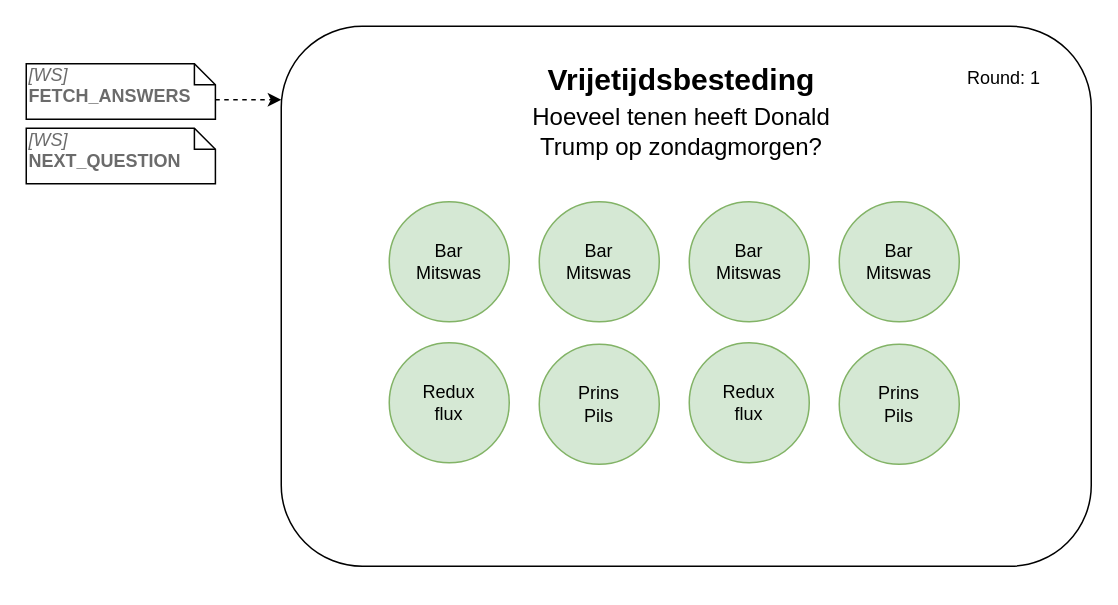
The draw.io diagram page "Ongoing question" (1 of 2) of assets/Score/ScoreboardApp_Annotations.drawio in TBeeren/PubQuiz, before the edit. Source tidied: cells renumbered, new cells numbered last; positions are measured from the earlier drawing's top-left corner, leaving out a move shared by most shapes. Both pictures are drawn from the tidied source at 150%, with x=0, y=0 at pixel (26, 26).
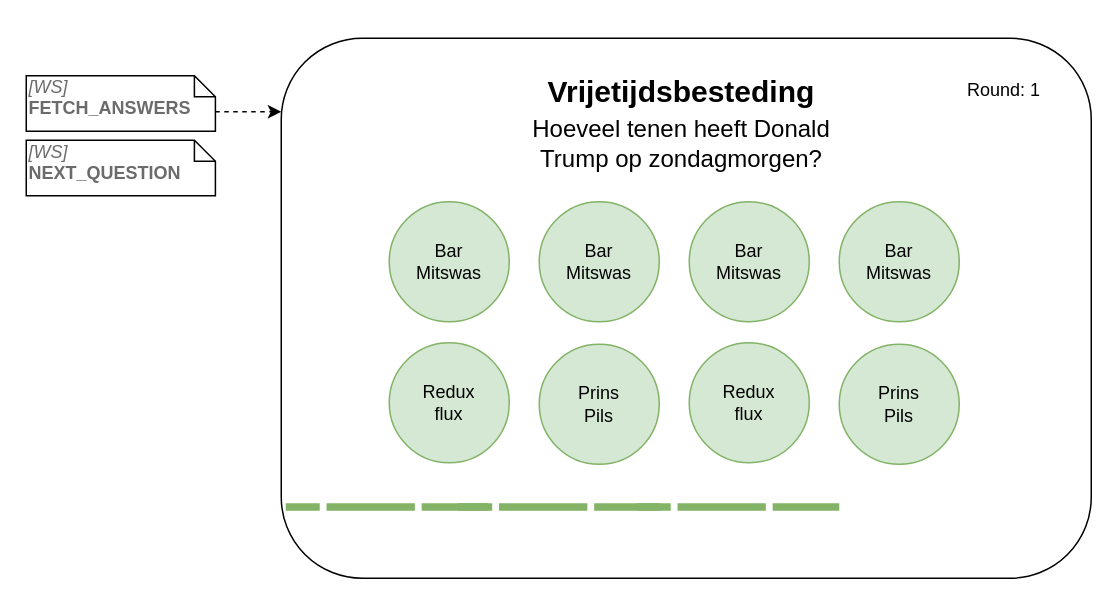
After the change.

Change to the diagram source:
```diff
@@
     <mxCell id="2" style="rounded=1;whiteSpace=wrap;html=1;align=center;" parent="1" vertex="1">
-      <mxGeometry x="170" width="540" height="360" as="geometry" />
+      <mxGeometry x="170" y="8" width="540" height="360" as="geometry" />
     </mxCell>
     <mxCell id="3" value="&lt;font style=&quot;font-size: 16px&quot;&gt;Hoeveel tenen heeft Donald Trump op zondagmorgen?&lt;/font&gt;" style="text;html=1;strokeColor=none;fillColor=none;align=center;verticalAlign=middle;whiteSpace=wrap;rounded=0;" parent="1" vertex="1">
-      <mxGeometry x="327" y="50" width="220" height="40" as="geometry" />
+      <mxGeometry x="327" y="58" width="220" height="40" as="geometry" />
     </mxCell>
     <mxCell id="4" value="Vrijetijdsbesteding" style="text;html=1;strokeColor=none;fillColor=none;align=center;verticalAlign=middle;whiteSpace=wrap;rounded=0;fontSize=20;fontStyle=1;" parent="1" vertex="1">
-      <mxGeometry x="342" y="20" width="190" height="30" as="geometry" />
+      <mxGeometry x="342" y="28" width="190" height="30" as="geometry" />
     </mxCell>
     <mxCell id="5" value="Round: 1" style="text;html=1;strokeColor=none;fillColor=none;align=center;verticalAlign=middle;whiteSpace=wrap;rounded=0;" parent="1" vertex="1">
-      <mxGeometry x="617" y="25" width="70" height="20" as="geometry" />
+      <mxGeometry x="617" y="33" width="70" height="20" as="geometry" />
     </mxCell>
@@
     <mxCell id="28" style="endArrow=classic;html=1;fontColor=#6B6B6B;entryX=0;entryY=0.5;entryDx=0;entryDy=0;dashed=1;" parent="1" edge="1">
       <mxGeometry relative="1" as="geometry">
-        <mxPoint x="78" y="49" as="sourcePoint" />
-        <mxPoint x="170" y="49" as="targetPoint" />
+        <mxPoint x="78" y="57" as="sourcePoint" />
+        <mxPoint x="170" y="57" as="targetPoint" />
       </mxGeometry>
     </mxCell>
     <mxCell id="29" value="&lt;div&gt;&lt;i&gt;[WS] &lt;/i&gt;&lt;br&gt;&lt;b&gt;FETCH_ANSWERS&lt;/b&gt;&lt;code&gt;&lt;/code&gt;&lt;/div&gt;" style="shape=note;whiteSpace=wrap;html=1;size=14;verticalAlign=top;align=left;spacingTop=-6;rounded=1;shadow=0;glass=0;sketch=0;strokeWidth=1;fontColor=#6B6B6B;fillColor=#FFFFFF;" parent="1" vertex="1">
-      <mxGeometry y="25" width="126.1" height="37" as="geometry" />
+      <mxGeometry y="33" width="126.1" height="37" as="geometry" />
     </mxCell>
     <mxCell id="30" value="&lt;div&gt;&lt;i&gt;[WS]&lt;/i&gt;&lt;b&gt;&lt;br&gt;&lt;/b&gt;&lt;/div&gt;&lt;div&gt;&lt;b&gt;NEXT_QUESTION&lt;/b&gt;&lt;/div&gt;" style="shape=note;whiteSpace=wrap;html=1;size=14;verticalAlign=top;align=left;spacingTop=-6;rounded=1;shadow=0;glass=0;sketch=0;strokeWidth=1;fontColor=#6B6B6B;fillColor=#FFFFFF;" parent="1" vertex="1">
-      <mxGeometry y="68" width="126.1" height="37" as="geometry" />
+      <mxGeometry y="76" width="126.1" height="37" as="geometry" />
     </mxCell>
+    <mxCell id="31" style="verticalLabelPosition=bottom;verticalAlign=top;html=1;shadow=0;dashed=0;strokeWidth=5;shape=mxgraph.android.indeterminate_progress_bar;strokeColor=#82b366;fillColor=#d5e8d4;" parent="1" vertex="1">
+      <mxGeometry x="173" y="318" width="135" height="5" as="geometry" />
+    </mxCell>
+    <mxCell id="32" style="verticalLabelPosition=bottom;verticalAlign=top;html=1;shadow=0;dashed=0;strokeWidth=5;shape=mxgraph.android.indeterminate_progress_bar;strokeColor=#82b366;fillColor=#d5e8d4;" parent="1" vertex="1">
+      <mxGeometry x="288" y="318" width="135" height="5" as="geometry" />
+    </mxCell>
+    <mxCell id="33" style="verticalLabelPosition=bottom;verticalAlign=top;html=1;shadow=0;dashed=0;strokeWidth=5;shape=mxgraph.android.indeterminate_progress_bar;strokeColor=#82b366;fillColor=#d5e8d4;" parent="1" vertex="1">
+      <mxGeometry x="407" y="318" width="135" height="5" as="geometry" />
+    </mxCell>
```
